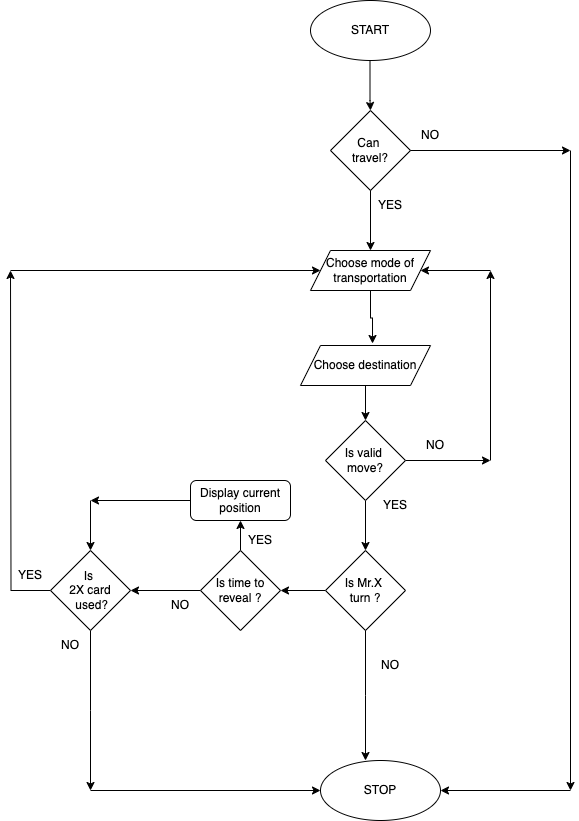
The draw.io diagram player-turn.drawio.png in garimiddisuman/project, before a commit. Source tidied: cells renumbered, new cells last; positions are measured from the earlier drawing's top-left corner, leaving out a move shared by most shapes.
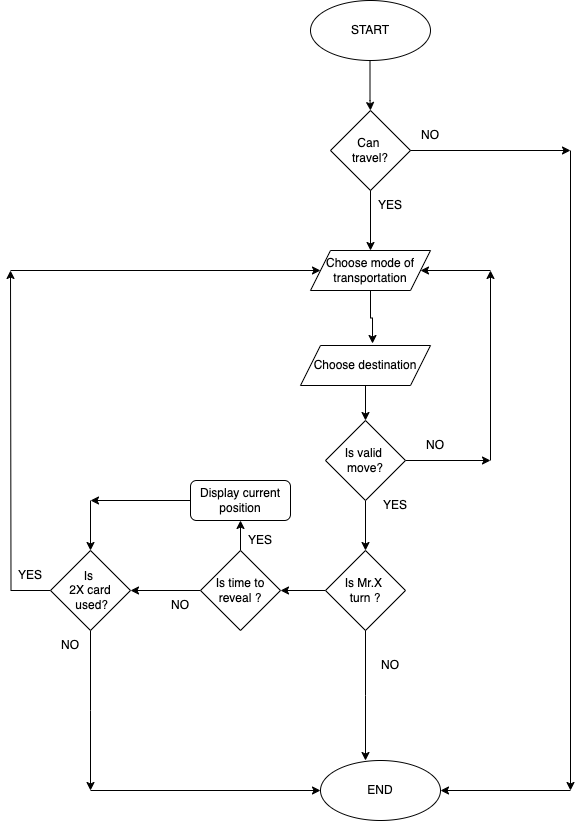
Later version of the same file.

What changed in the source:
```diff
@@ -74,7 +74,7 @@
         <mxPoint x="570" y="790" as="targetPoint" />
       </mxGeometry>
     </mxCell>
-    <mxCell id="19" value="STOP" style="ellipse;whiteSpace=wrap;html=1;" parent="1" vertex="1">
+    <mxCell id="19" value="END" style="ellipse;whiteSpace=wrap;html=1;" parent="1" vertex="1">
       <mxGeometry x="320" y="760" width="120" height="60" as="geometry" />
     </mxCell>
     <mxCell id="20" style="edgeStyle=orthogonalEdgeStyle;rounded=0;jettySize=auto;html=1;entryX=1;entryY=0.5;entryDx=0;entryDy=0;" parent="1" edge="1" source="22" target="6">
```
